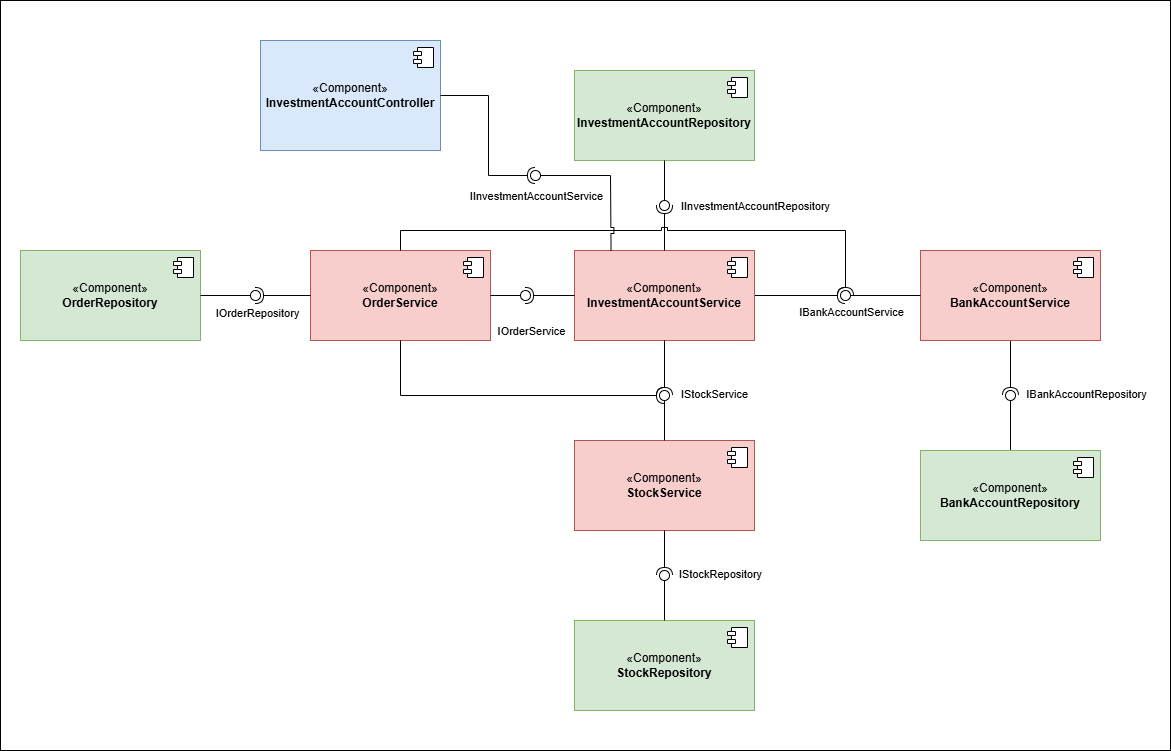
Earlier version of the draw.io export doc/diagrams/STACS_Finance_ComponentDiagramm.png (djthomann/FinancePepjekt). Source tidied: cells renumbered, new cells last; positions are measured from the earlier drawing's top-left corner, leaving out a move shared by most shapes.
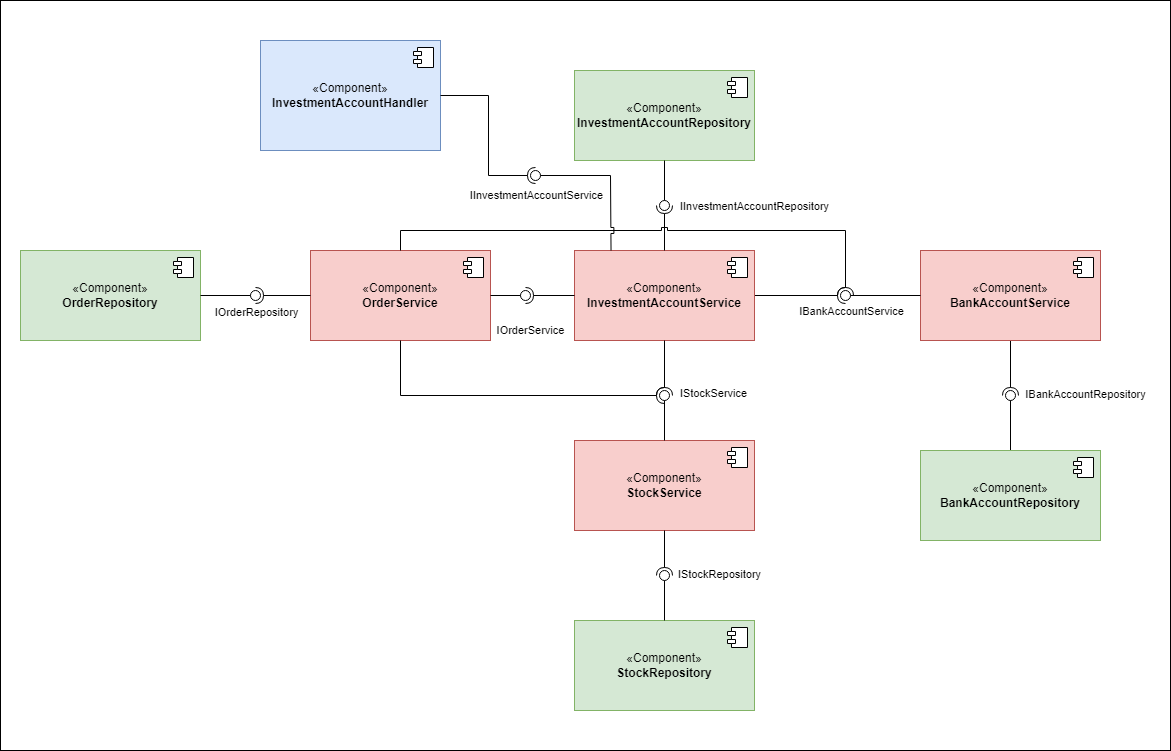
Later version of the same file.

Commit message:
Rename Controller to Handler

Change to the diagram source:
```diff
@@ -191,7 +191,7 @@
     <mxCell id="50" style="ellipse;whiteSpace=wrap;html=1;align=center;fillColor=none;strokeColor=none;perimeter=centerPerimeter;points=[];outlineConnect=1;" parent="1" vertex="1">
       <mxGeometry x="250" y="290" width="10" height="10" as="geometry" />
     </mxCell>
-    <mxCell id="51" value="«Component»&lt;br&gt;&lt;b&gt;InvestmentAccountController&lt;/b&gt;" style="html=1;whiteSpace=wrap;fillColor=#dae8fc;strokeColor=#6c8ebf;" parent="1" vertex="1">
+    <mxCell id="51" value="«Component»&lt;br&gt;&lt;b&gt;InvestmentAccountHandler&lt;/b&gt;" style="html=1;whiteSpace=wrap;fillColor=#dae8fc;strokeColor=#6c8ebf;" parent="1" vertex="1">
       <mxGeometry x="260" y="40" width="180" height="110" as="geometry" />
     </mxCell>
     <mxCell id="52" style="shape=module;jettyWidth=8;jettyHeight=4;" parent="51" vertex="1">
```
